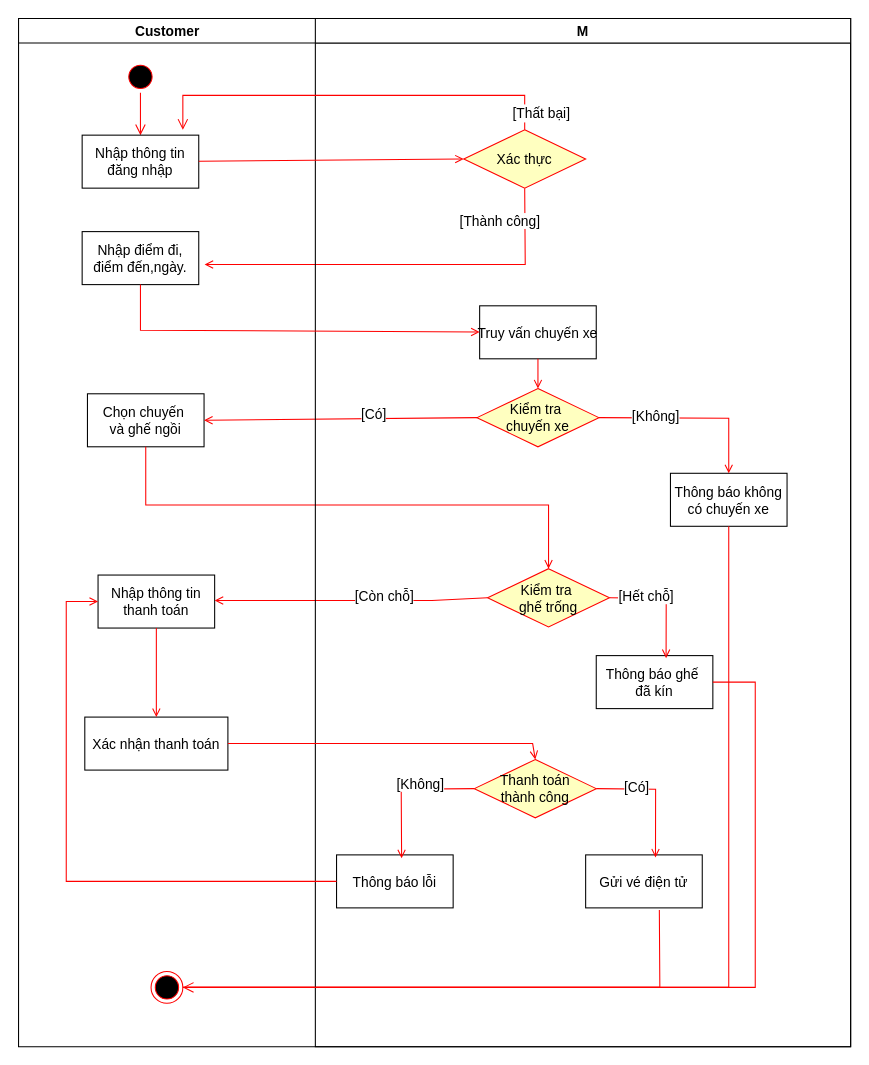
Above: Biểu đồ không có tiêu đề.drawio in anhquan1111/PBL3 (draw.io), before the change. Source tidied: cells renumbered, new cells numbered last; positions are measured from the earlier drawing's top-left corner, leaving out a move shared by most shapes. Both pictures are drawn from the tidied source at 106%, with x=0, y=0 at pixel (18, 18).
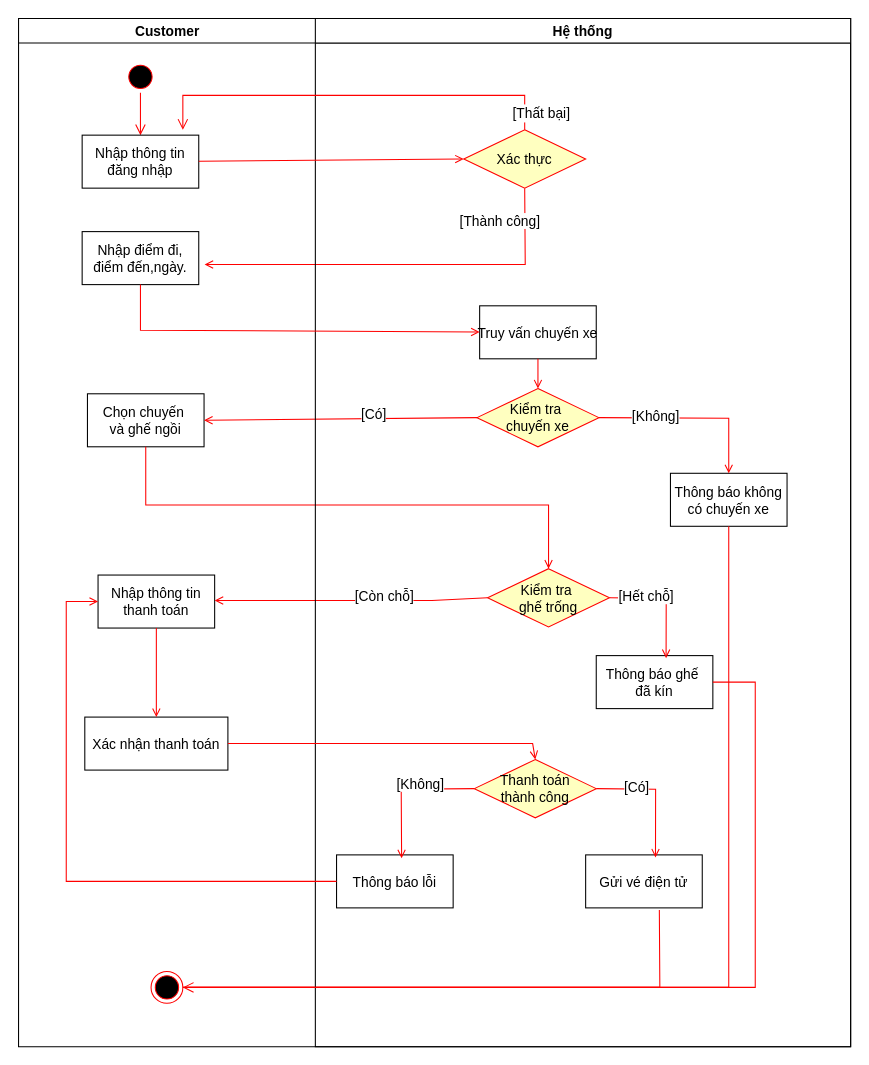
The same diagram, later.

What changed in the source:
```diff
@@
-    <mxCell id="29" value="M" style="swimlane;whiteSpace=wrap;fontSize=13;startSize=23;" parent="1" vertex="1">
+    <mxCell id="29" value="Hệ thống" style="swimlane;whiteSpace=wrap;fontSize=13;startSize=23;" parent="1" vertex="1">
       <mxGeometry x="280" width="505" height="970" as="geometry" />
     </mxCell>
```
